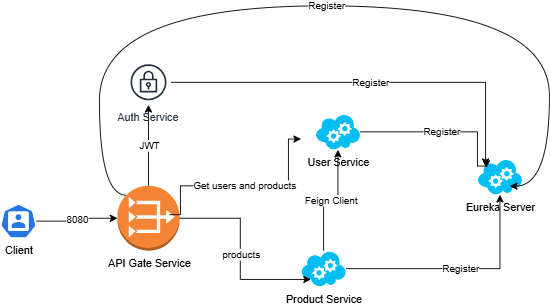
Above: Authentication.png in shoyebmd424/Distributed-Auth-System (draw.io), before the change. Source tidied: cells renumbered, new cells last; positions are measured from the earlier drawing's top-left corner, leaving out a move shared by most shapes.
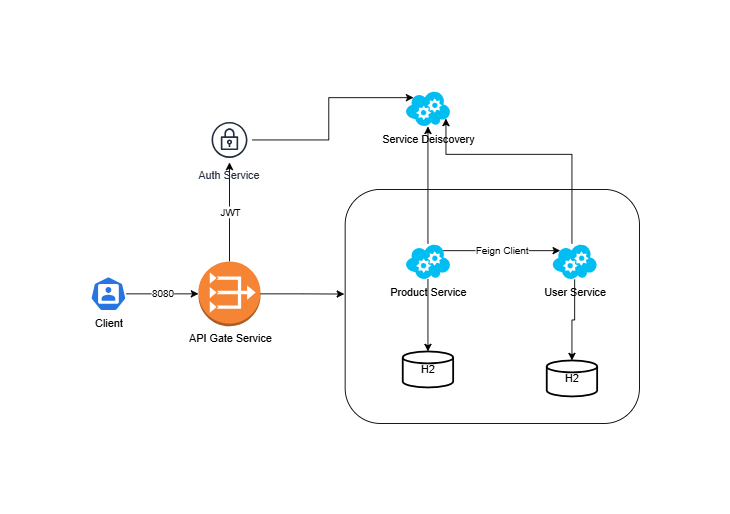
The same file after the commit.

Diff of the diagram source:
```diff
@@ -3,71 +3,62 @@
     <mxCell id="0" />
     <mxCell id="1" parent="0" />
     <mxCell id="2" value="Client" style="sketch=0;html=1;dashed=0;whitespace=wrap;verticalLabelPosition=bottom;verticalAlign=top;fillColor=#2875E2;strokeColor=#ffffff;points=[[0.005,0.63,0],[0.1,0.2,0],[0.9,0.2,0],[0.5,0,0],[0.995,0.63,0],[0.72,0.99,0],[0.5,1,0],[0.28,0.99,0]];shape=mxgraph.kubernetes.icon2;prIcon=user;" parent="1" vertex="1">
-      <mxGeometry y="220" width="40" height="38.4" as="geometry" />
+      <mxGeometry x="-60" y="216.8" width="40" height="38.4" as="geometry" />
     </mxCell>
     <mxCell id="3" value="JWT" style="edgeStyle=orthogonalEdgeStyle;rounded=0;jettySize=auto;html=1;shape=filledEdge;" parent="1" edge="1" source="4" target="5">
       <mxGeometry relative="1" as="geometry" />
     </mxCell>
     <mxCell id="4" value="API Gate Service" style="outlineConnect=0;dashed=0;verticalLabelPosition=bottom;verticalAlign=top;align=center;html=1;shape=mxgraph.aws3.vpc_nat_gateway;fillColor=#F58534;gradientColor=none;" parent="1" vertex="1">
-      <mxGeometry x="130" y="200" width="69" height="72" as="geometry" />
+      <mxGeometry x="60" y="200" width="69" height="72" as="geometry" />
     </mxCell>
     <mxCell id="5" value="Auth Service&amp;nbsp;" style="sketch=0;outlineConnect=0;fontColor=#232F3E;gradientColor=none;strokeColor=#232F3E;fillColor=#ffffff;dashed=0;verticalLabelPosition=bottom;verticalAlign=top;align=center;html=1;fontSize=12;fontStyle=0;shape=mxgraph.aws4.resourceIcon;resIcon=mxgraph.aws4.vpn_gateway;" parent="1" vertex="1">
-      <mxGeometry x="139.5" y="60" width="50" height="50" as="geometry" />
+      <mxGeometry x="69.5" y="40" width="50" height="50" as="geometry" />
     </mxCell>
     <mxCell id="6" value="User Service" style="verticalLabelPosition=bottom;html=1;verticalAlign=top;align=center;strokeColor=none;fillColor=#00BEF2;shape=mxgraph.azure.cloud_service;" parent="1" vertex="1">
-      <mxGeometry x="350" y="120" width="50" height="40" as="geometry" />
+      <mxGeometry x="453" y="180" width="50" height="40" as="geometry" />
     </mxCell>
+    <mxCell id="8" value="Feign Client" style="rounded=0;jettySize=auto;html=1;exitX=0.84;exitY=0.2;exitDx=0;exitDy=0;exitPerimeter=0;entryX=0.18;entryY=0.2;entryDx=0;entryDy=0;entryPerimeter=0;" parent="1" edge="1" source="9" target="6">
+      <mxGeometry relative="1" as="geometry" />
+    </mxCell>
-    <mxCell id="7" value="Register" style="edgeStyle=orthogonalEdgeStyle;rounded=0;jettySize=auto;html=1;" parent="1" edge="1" source="9" target="10">
+    <mxCell id="7" style="edgeStyle=orthogonalEdgeStyle;rounded=0;jettySize=auto;html=1;" parent="1" edge="1" source="9" target="10">
       <mxGeometry relative="1" as="geometry" />
     </mxCell>
-    <mxCell id="8" value="Feign Client" style="edgeStyle=orthogonalEdgeStyle;rounded=0;jettySize=auto;html=1;" parent="1" edge="1" source="9" target="6">
-      <mxGeometry relative="1" as="geometry" />
-    </mxCell>
     <mxCell id="9" value="Product Service" style="verticalLabelPosition=bottom;html=1;verticalAlign=top;align=center;strokeColor=none;fillColor=#00BEF2;shape=mxgraph.azure.cloud_service;" parent="1" vertex="1">
-      <mxGeometry x="334" y="272" width="50" height="40" as="geometry" />
+      <mxGeometry x="290" y="180" width="50" height="40" as="geometry" />
     </mxCell>
-    <mxCell id="10" value="Eureka Server" style="verticalLabelPosition=bottom;html=1;verticalAlign=top;align=center;strokeColor=none;fillColor=#00BEF2;shape=mxgraph.azure.cloud_service;" parent="1" vertex="1">
-      <mxGeometry x="530" y="170" width="50" height="40" as="geometry" />
+    <mxCell id="10" value="Service Deiscovery" style="verticalLabelPosition=bottom;html=1;verticalAlign=top;align=center;strokeColor=none;fillColor=#00BEF2;shape=mxgraph.azure.cloud_service;" parent="1" vertex="1">
+      <mxGeometry x="290" y="10" width="50" height="40" as="geometry" />
     </mxCell>
-    <mxCell id="11" value="Register" style="edgeStyle=orthogonalEdgeStyle;rounded=0;jettySize=auto;html=1;entryX=0.18;entryY=0.2;entryDx=0;entryDy=0;entryPerimeter=0;" parent="1" edge="1" source="5" target="10">
+    <mxCell id="11" style="edgeStyle=orthogonalEdgeStyle;rounded=0;jettySize=auto;html=1;entryX=0.18;entryY=0.2;entryDx=0;entryDy=0;entryPerimeter=0;" parent="1" edge="1" source="5" target="10">
       <mxGeometry relative="1" as="geometry" />
     </mxCell>
-    <mxCell id="12" value="Register" style="edgeStyle=orthogonalEdgeStyle;rounded=0;jettySize=auto;html=1;" parent="1" edge="1" source="6">
-      <mxGeometry relative="1" as="geometry">
-        <mxPoint x="540" y="180" as="targetPoint" />
-        <Array as="points">
-          <mxPoint x="530" y="140" />
-          <mxPoint x="530" y="178" />
-        </Array>
-      </mxGeometry>
-    </mxCell>
-    <mxCell id="13" value="Get users and products" style="edgeStyle=orthogonalEdgeStyle;rounded=0;orthogonalLoop=1;jettySize=auto;html=1;entryX=0.22;entryY=0.8;entryDx=0;entryDy=0;entryPerimeter=0;" parent="1" edge="1">
-      <mxGeometry relative="1" as="geometry">
-        <mxPoint x="188" y="232" as="sourcePoint" />
-        <mxPoint x="334" y="148" as="targetPoint" />
-        <Array as="points">
-          <mxPoint x="200" y="232" />
-          <mxPoint x="200" y="200" />
-          <mxPoint x="320" y="200" />
-          <mxPoint x="320" y="148" />
-        </Array>
-      </mxGeometry>
-    </mxCell>
     <mxCell id="14" value="8080" style="edgeStyle=orthogonalEdgeStyle;rounded=0;jettySize=auto;html=1;entryX=0;entryY=0.5;entryDx=0;entryDy=0;entryPerimeter=0;" parent="1" edge="1" source="2" target="4">
       <mxGeometry relative="1" as="geometry" />
     </mxCell>
-    <mxCell id="15" value="Register" style="edgeStyle=orthogonalEdgeStyle;rounded=0;jettySize=auto;html=1;exitX=0.145;exitY=0.145;exitDx=0;exitDy=0;exitPerimeter=0;entryX=0.72;entryY=0.758;entryDx=0;entryDy=0;entryPerimeter=0;curved=1;" parent="1" edge="1" source="4" target="10">
-      <mxGeometry relative="1" as="geometry">
-        <Array as="points">
-          <mxPoint x="110" y="210" />
-          <mxPoint x="110" />
-          <mxPoint x="610" />
-          <mxPoint x="610" y="200" />
-        </Array>
-      </mxGeometry>
-    </mxCell>
-    <mxCell id="16" value="products" style="edgeStyle=orthogonalEdgeStyle;rounded=0;jettySize=auto;html=1;entryX=0.22;entryY=0.8;entryDx=0;entryDy=0;entryPerimeter=0;" parent="1" edge="1" source="4" target="9">
-      <mxGeometry relative="1" as="geometry" />
-    </mxCell>
+    <mxCell id="17" style="edgeStyle=orthogonalEdgeStyle;rounded=0;jettySize=auto;html=1;entryX=0.9;entryY=0.78;entryDx=0;entryDy=0;entryPerimeter=0;" parent="1" edge="1" source="6" target="10">
+      <mxGeometry relative="1" as="geometry">
+        <Array as="points">
+          <mxPoint x="475" y="81" />
+        </Array>
+      </mxGeometry>
+    </mxCell>
+    <mxCell id="18" value="H2" style="strokeWidth=2;html=1;shape=mxgraph.flowchart.database;whiteSpace=wrap;" parent="1" vertex="1">
+      <mxGeometry x="287" y="300" width="56" height="40" as="geometry" />
+    </mxCell>
+    <mxCell id="19" value="H2" style="strokeWidth=2;html=1;shape=mxgraph.flowchart.database;whiteSpace=wrap;" parent="1" vertex="1">
+      <mxGeometry x="447" y="310" width="56" height="40" as="geometry" />
+    </mxCell>
+    <mxCell id="20" style="edgeStyle=orthogonalEdgeStyle;rounded=0;jettySize=auto;html=1;entryX=0.5;entryY=0;entryDx=0;entryDy=0;entryPerimeter=0;" parent="1" edge="1" source="9" target="18">
+      <mxGeometry relative="1" as="geometry" />
+    </mxCell>
+    <mxCell id="21" style="edgeStyle=orthogonalEdgeStyle;rounded=0;jettySize=auto;html=1;entryX=0.5;entryY=0;entryDx=0;entryDy=0;entryPerimeter=0;" parent="1" edge="1" source="6" target="19">
+      <mxGeometry relative="1" as="geometry" />
+    </mxCell>
+    <mxCell id="22" style="rounded=1;whiteSpace=wrap;html=1;strokeColor=default;fillColor=none;strokeWidth=1;" parent="1" vertex="1">
+      <mxGeometry x="223" y="120" width="327" height="260" as="geometry" />
+    </mxCell>
+    <mxCell id="23" style="edgeStyle=orthogonalEdgeStyle;rounded=0;jettySize=auto;html=1;entryX=-0.003;entryY=0.447;entryDx=0;entryDy=0;entryPerimeter=0;" parent="1" edge="1" source="4" target="22">
+      <mxGeometry relative="1" as="geometry" />
+    </mxCell>
   </root>
 </mxGraphModel>
```
